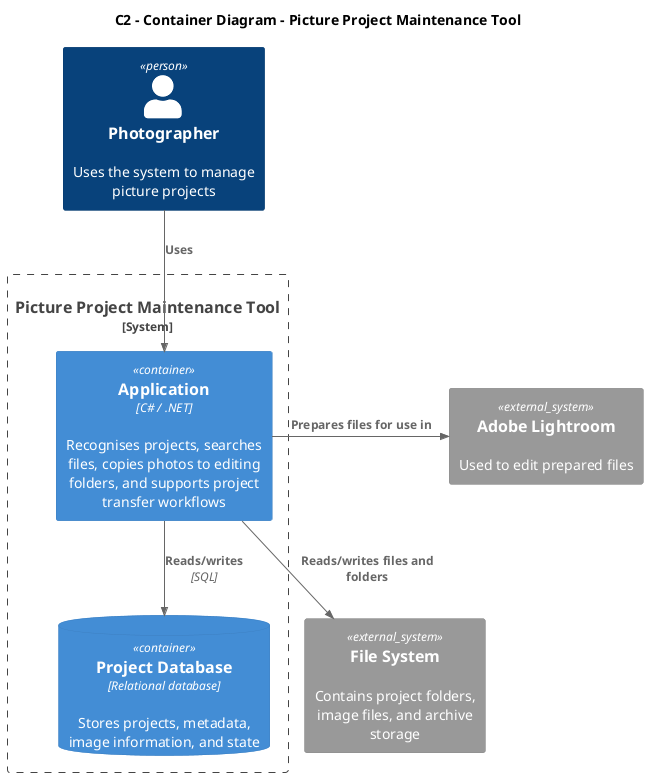
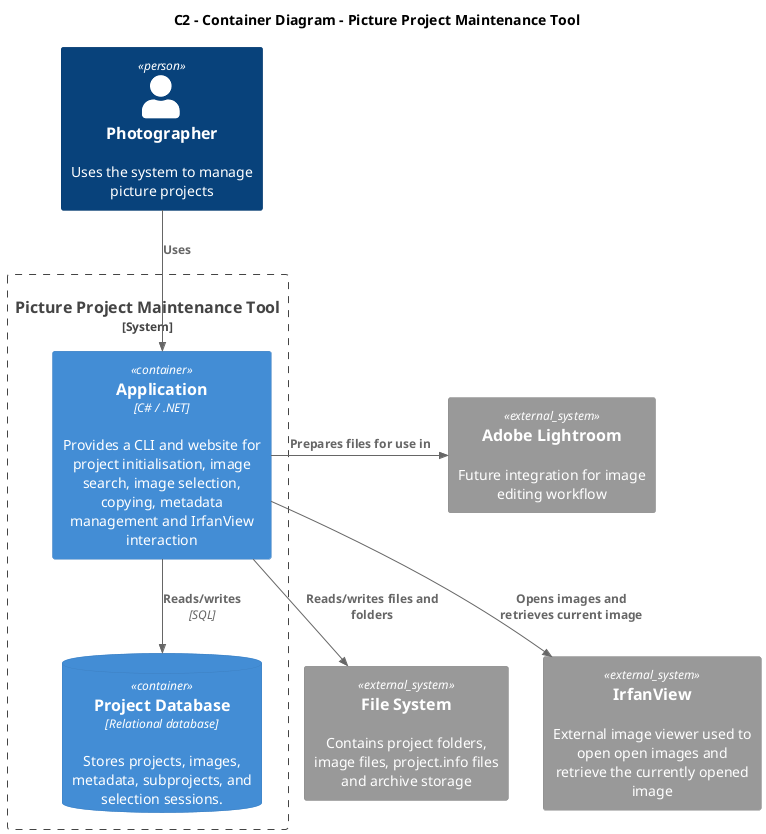
﻿@startuml C2_Container
!include <C4/C4_Container>

title C2 - Container Diagram - Picture Project Maintenance Tool

Person(user, "Photographer", "Uses the system to manage picture projects")

System_Boundary(system, "Picture Project Maintenance Tool") {
-     Container(cli, "CLI Application", "C# / .NET", "Current presentation layer. Handles command-line input and output")
-     Container(web, "Web Application", "Future website", "Future presentation layer for browser-based interaction")
-     Container(business, "Business Logic Application", "C# / .NET", "Coordinates workflows such as project resolving, searching, copying, and transfers")
-     Container(infra, "Infrastructure Layer", "C# / .NET", "Handles file system access and database access")
-     ContainerDb(database, "Project Database", "Relational database", "Stores projects, metadata, image information, and state")
+     Container(application, "Application", "C# / .NET", "Provides a CLI and website for project initialisation, image search, image selection, copying, metadata management and IrfanView interaction")
+     ContainerDb(database, "Project Database", "Relational database", "Stores projects, images, metadata, subprojects, and selection sessions.")
}


- System_Ext(fs, "File System", "Contains project folders, image files, and archive storage")
- System_Ext(lightroom, "Adobe Lightroom", "Used to edit prepared files")
- 
- Rel(user, cli, "Uses")
- 
- Rel(cli, business, "Sends commands to")
- Rel(web, business, "Sends requests to")
- 
- Rel(business, infra, "Uses")
- Rel(infra, database, "Reads/writes", "SQL")
- Rel(infra, fs, "Reads/writes files and folders")
- Rel(business, lightroom, "Prepares files for use in")
- 
- @enduml
- 
- 
- @startuml C2_Container
- !include <C4/C4_Container>
- 
- title C2 - Container Diagram - Picture Project Maintenance Tool
- 
- Person(user, "Photographer", "Uses the system to manage picture projects")
- 
- System_Boundary(system, "Picture Project Maintenance Tool") {
-     Container(application, "Application", "C# / .NET", "Recognises projects, searches files, copies photos to editing folders, and supports project transfer workflows")
-     ContainerDb(database, "Project Database", "Relational database", "Stores projects, metadata, image information, and state")
- }
- 
- 
- System_Ext(fs, "File System", "Contains project folders, image files, and archive storage")
- System_Ext(lightroom, "Adobe Lightroom", "Used to edit prepared files")
+ System_Ext(fs, "File System", "Contains project folders, image files, project.info files and archive storage")
+ System_Ext(lightroom, "Adobe Lightroom", "Future integration for image editing workflow")
+ System_Ext(irfanview, "IrfanView", "External image viewer used to open open images and retrieve the currently opened image")

Rel(user, application, "Uses")

Rel(application, database, "Reads/writes", "SQL")
Rel(application, fs, "Reads/writes files and folders")
Rel_R(application, lightroom, "Prepares files for use in")
+ Rel(application, irfanview, "Opens images and retrieves current image")

- @enduml
+ @enduml